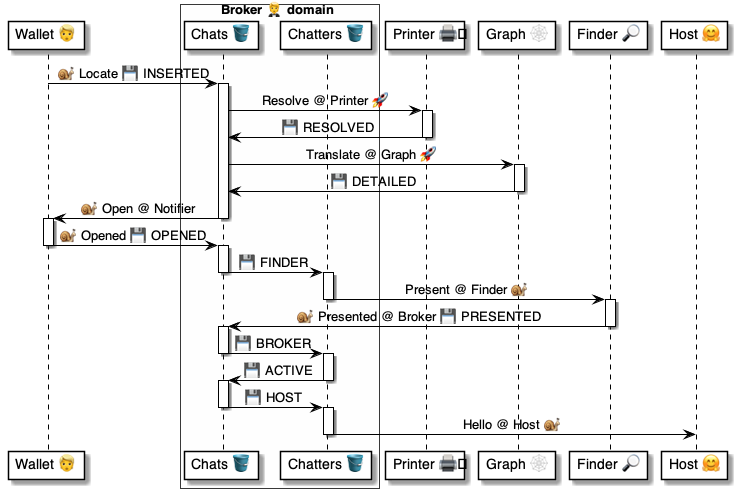
The PlantUML diagram 4 ⚙️ Solution/20 🧑‍🦰 UI/Brokers 🤵/🤵🪣 Broker tables/Chats 💬 table/🪣🧱 10 Open ⏩ Flow/🤵 Broker.Chats.Open ⚙️ uml.png in pollyweb-org/pollyweb-docs, before a commit. Its source is kept beside it as 4 ⚙️ Solution/20 🧑‍🦰 UI/Brokers 🤵/🤵🪣 Broker tables/Chats 💬 table/🪣🧱 10 Open ⏩ Flow/🤵 Broker.Chats.Open ⚙️ uml.puml. Its diagram source:
```plantuml
@startuml Broker.Chats.Open

participant "Wallet 👱" as wallet
box Broker 🤵 domain #FFFFFA
    participant "Chats 🪣" as chats
    participant "Chatters 🪣" as chatters
end box
participant "Printer 🖨️" as printer
participant "Graph 🕸" as graph
participant "Finder 🔎" as finder
participant "Host 🤗" as host

wallet -> chats: 🐌 Locate 💾 INSERTED

activate chats

    chats -> printer: Resolve @ Printer 🚀
    activate printer
        printer -> chats: 💾 RESOLVED
    deactivate printer

    chats -> graph: Translate @ Graph 🚀
    activate graph
        graph -> chats: 💾 DETAILED
    deactivate graph

    chats -> wallet: 🐌 Open @ Notifier
deactivate chats

activate wallet
    wallet -> chats: 🐌 Opened 💾 OPENED
deactivate wallet

activate chats
    chats -> chatters: 💾 FINDER
deactivate chats

activate chatters
    chatters -> finder: Present @ Finder 🐌
deactivate chatters

activate finder
    finder -> chats: 🐌 Presented @ Broker 💾 PRESENTED
deactivate finder

activate chats
    chats -> chatters: 💾 BROKER
deactivate chats

activate chatters
    chatters -> chats: 💾 ACTIVE
deactivate chatters

activate chats
    chats -> chatters: 💾 HOST
deactivate chats

activate chatters
    chatters -> host: Hello @ Host 🐌
deactivate chatters

@enduml
```
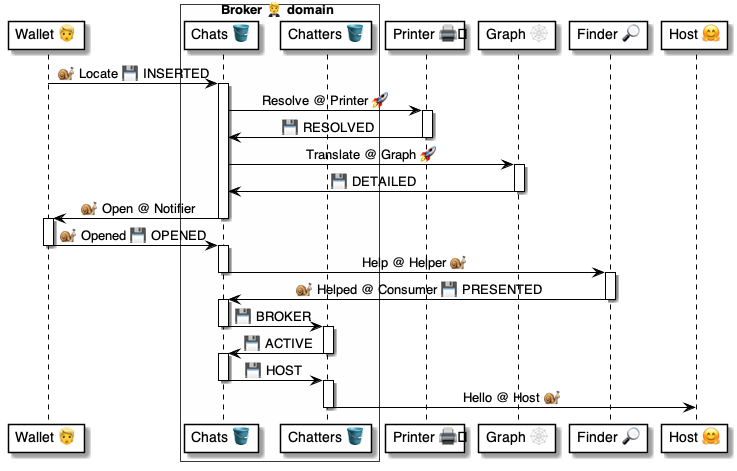
Above is the later version.

Diff of the diagram source:
```diff
@@ -32,15 +32,11 @@
 deactivate wallet
 
 activate chats
-    chats -> chatters: 💾 FINDER
+    chats -> finder: Help @ Helper 🐌
 deactivate chats
 
-activate chatters
-    chatters -> finder: Present @ Finder 🐌
-deactivate chatters
-
 activate finder
-    finder -> chats: 🐌 Presented @ Broker 💾 PRESENTED
+    finder -> chats: 🐌 Helped @ Consumer 💾 PRESENTED
 deactivate finder
 
 activate chats
```
